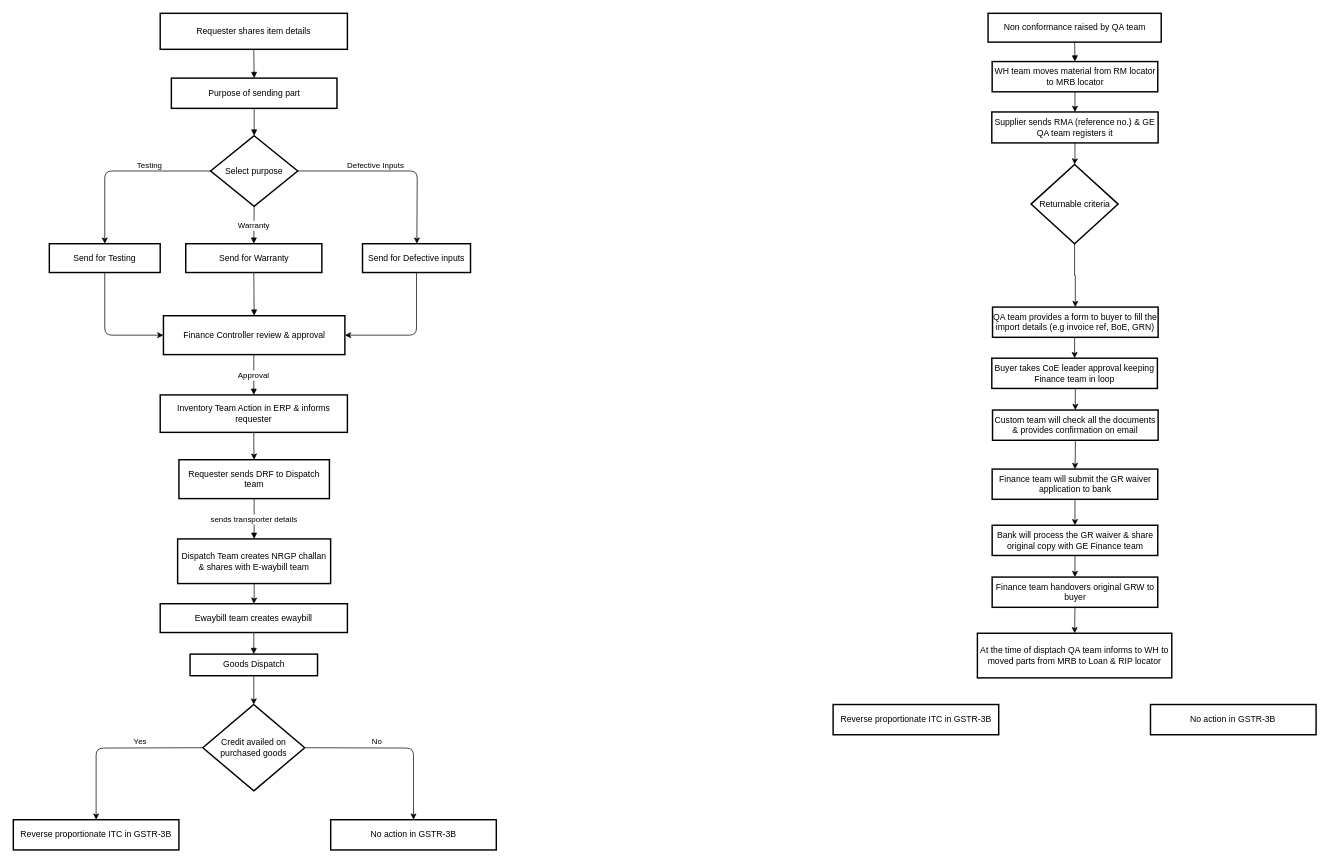
Earlier version of the draw.io diagram NRGP Flow.drawio (apk1995apk/M3). Source tidied: cells renumbered, new cells numbered last; positions are measured from the earlier drawing's top-left corner, leaving out a move shared by most shapes. Both pictures are drawn from the tidied source at 72%, with x=0, y=0 at pixel (13, 13).
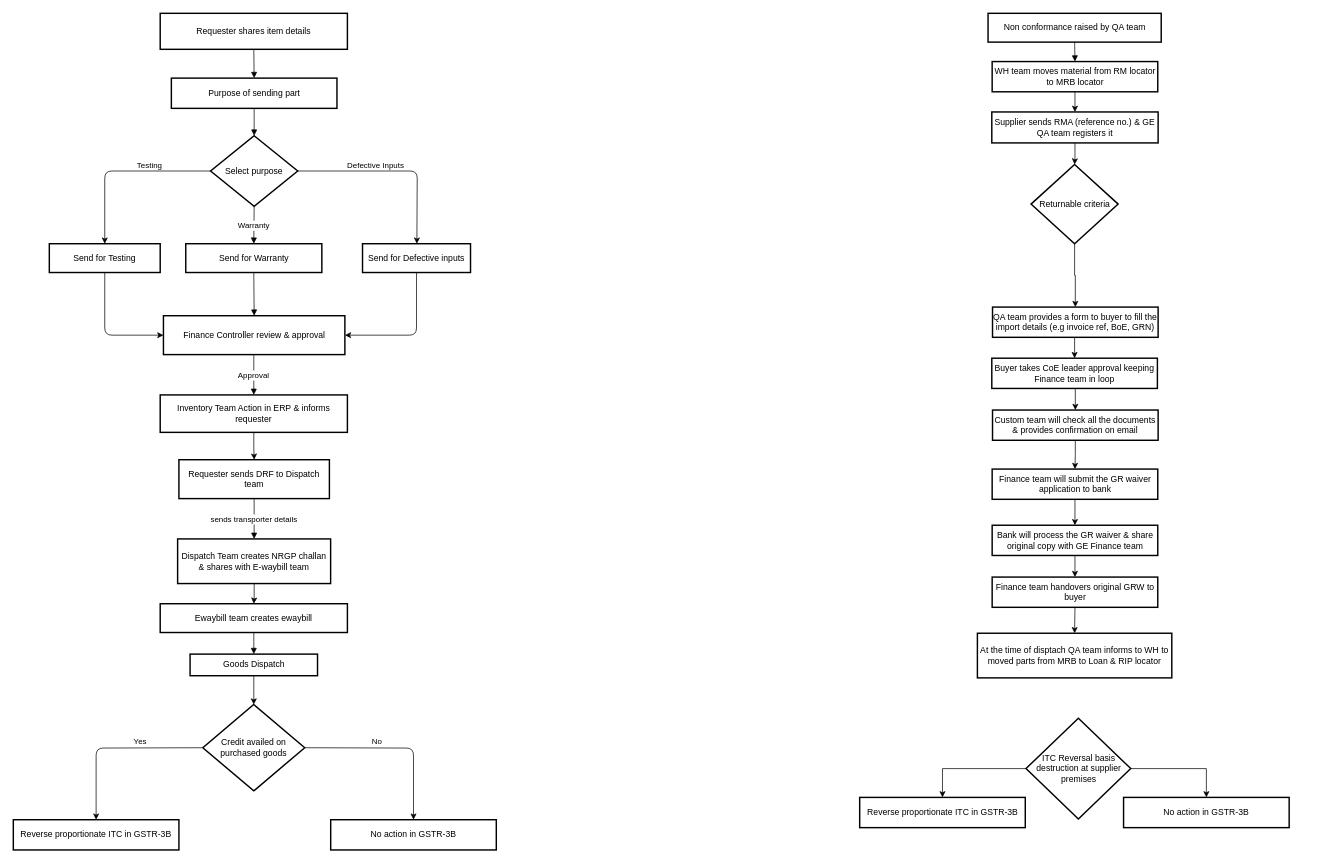
The same page after the edit.

Change to the diagram source:
```diff
@@
     <mxCell id="42" value="Reverse proportionate ITC in GSTR-3B" style="whiteSpace=wrap;strokeWidth=2;" parent="1" vertex="1">
-      <mxGeometry x="1138.6" y="960" width="230" height="42" as="geometry" />
+      <mxGeometry x="1175.5" y="1089" width="230" height="42" as="geometry" />
     </mxCell>
     <mxCell id="43" value="No action in GSTR-3B" style="whiteSpace=wrap;strokeWidth=2;" parent="1" vertex="1">
-      <mxGeometry x="1579.4" y="960" width="230" height="42" as="geometry" />
+      <mxGeometry x="1542" y="1089" width="230" height="42" as="geometry" />
     </mxCell>
@@
+    <mxCell id="61" style="edgeStyle=orthogonalEdgeStyle;rounded=0;jettySize=auto;html=1;exitX=1;exitY=0.5;exitDx=0;exitDy=0;entryX=0.5;entryY=0;entryDx=0;entryDy=0;" parent="1" edge="1" source="63" target="43">
+      <mxGeometry relative="1" as="geometry" />
+    </mxCell>
+    <mxCell id="62" style="edgeStyle=orthogonalEdgeStyle;rounded=0;jettySize=auto;html=1;exitX=0;exitY=0.5;exitDx=0;exitDy=0;entryX=0.5;entryY=0;entryDx=0;entryDy=0;" parent="1" edge="1" source="63" target="42">
+      <mxGeometry relative="1" as="geometry" />
+    </mxCell>
+    <mxCell id="63" value="ITC Reversal basis destruction at supplier premises" style="rhombus;strokeWidth=2;whiteSpace=wrap;" parent="1" vertex="1">
+      <mxGeometry x="1406.5" y="979" width="145.5" height="140" as="geometry" />
+    </mxCell>
```
